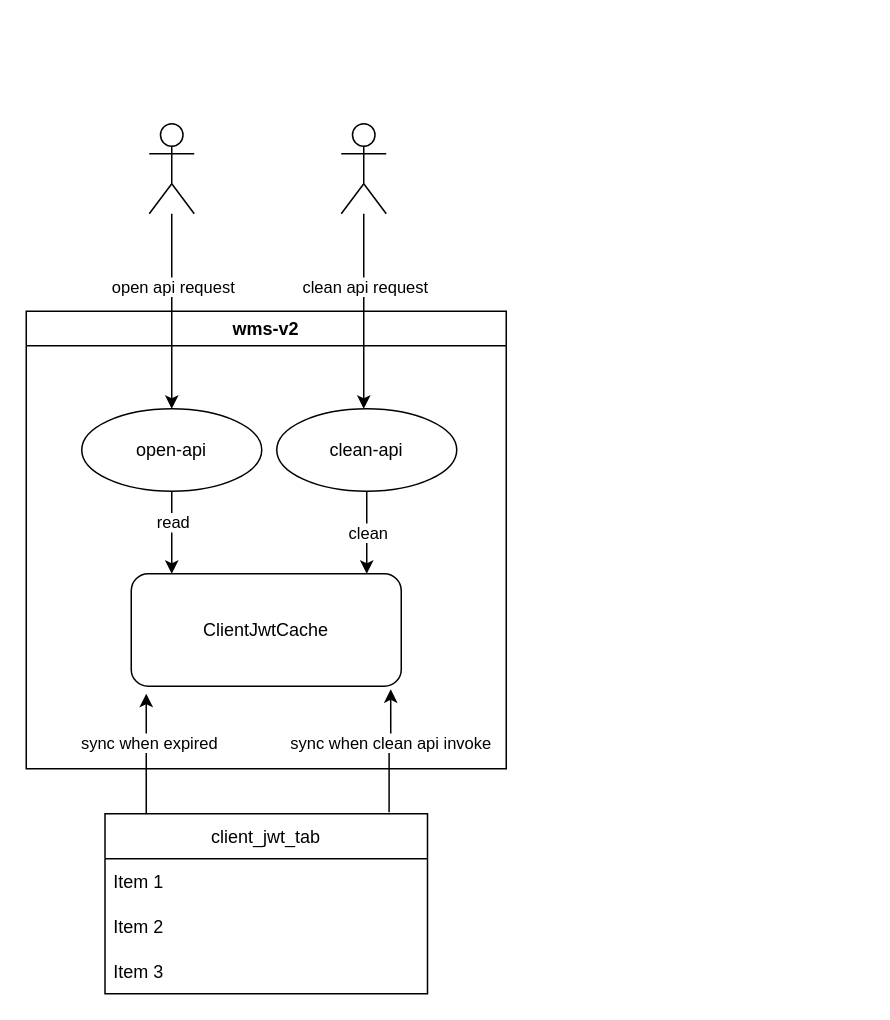
Above: jwt-old-desc.drawio in yindongjun/drawio-2 (draw.io), before the change. Source tidied: cells renumbered, new cells numbered last; positions are measured from the earlier drawing's top-left corner, leaving out a move shared by most shapes. Both pictures are drawn from the tidied source at 150%, with x=0, y=0 at pixel (26, 123).
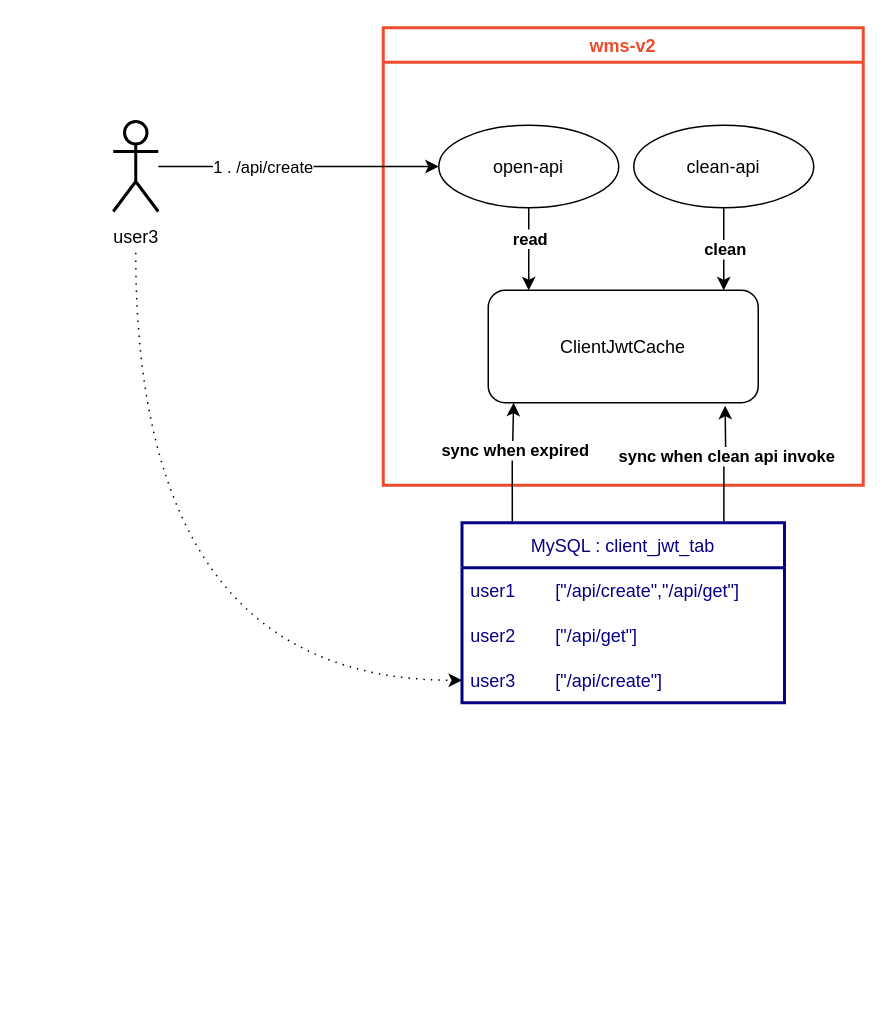
Above is the later version.

The change refers to these unchanged cells:
```xml
<mxCell id="3" value="ClientJwtCache" style="rounded=1;whiteSpace=wrap;html=1;" parent="2" vertex="1">
  <mxGeometry x="70" y="175" width="180" height="75" as="geometry" />
</mxCell>
<mxCell id="4" style="edgeStyle=orthogonalEdgeStyle;rounded=0;jettySize=auto;html=1;entryX=0.25;entryY=0;entryDx=0;entryDy=0;" parent="2" edge="1" source="6">
  <mxGeometry relative="1" as="geometry">
    <mxPoint x="97" y="175" as="targetPoint" />
  </mxGeometry>
</mxCell>
<mxCell id="8" value="clean-api" style="ellipse;whiteSpace=wrap;html=1;" parent="2" vertex="1">
  <mxGeometry x="167" y="65" width="120" height="55" as="geometry" />
</mxCell>
<mxCell id="17" style="edgeStyle=orthogonalEdgeStyle;rounded=0;jettySize=auto;html=1;" parent="1" edge="1" source="19" target="6">
  <mxGeometry relative="1" as="geometry" />
</mxCell>
```

The edit, as a diff of the source:
```diff
@@
-    <mxCell id="2" value="wms-v2" style="swimlane;startSize=23;" parent="1" vertex="1">
-      <mxGeometry y="125" width="320" height="305" as="geometry" />
+    <mxCell id="2" value="wms-v2" style="swimlane;startSize=23;strokeColor=#EC4C2C;fontColor=#EC4C2C;strokeWidth=2;" parent="1" vertex="1">
+      <mxGeometry x="238" y="-64" width="320" height="305" as="geometry" />
     </mxCell>
@@
-    <mxCell id="5" value="read" style="edgeLabel;html=1;align=center;verticalAlign=middle;" parent="4" vertex="1">
+    <mxCell id="5" value="read" style="edgeLabel;html=1;align=center;verticalAlign=middle;fontStyle=1;" parent="4" vertex="1">
       <mxGeometry x="-0.28" relative="1" as="geometry" />
     </mxCell>
@@
-    <mxCell id="7" value="clean" style="edgeStyle=orthogonalEdgeStyle;rounded=0;jettySize=auto;html=1;" parent="2" edge="1" source="8">
+    <mxCell id="7" value="clean" style="edgeStyle=orthogonalEdgeStyle;rounded=0;jettySize=auto;html=1;fontStyle=1;" parent="2" edge="1" source="8">
       <mxGeometry relative="1" as="geometry">
         <mxPoint x="227" y="175" as="targetPoint" />
       </mxGeometry>
     </mxCell>
@@
-    <mxCell id="9" style="edgeStyle=orthogonalEdgeStyle;rounded=0;jettySize=auto;html=1;exitX=0.128;exitY=0.008;exitDx=0;exitDy=0;exitPerimeter=0;" parent="1" edge="1" source="13">
-      <mxGeometry relative="1" as="geometry">
-        <mxPoint x="80" y="380" as="targetPoint" />
-      </mxGeometry>
+    <mxCell id="9" style="edgeStyle=orthogonalEdgeStyle;rounded=0;jettySize=auto;html=1;exitX=0.156;exitY=-0.008;exitDx=0;exitDy=0;exitPerimeter=0;entryX=0.094;entryY=1;entryDx=0;entryDy=0;entryPerimeter=0;" parent="1" edge="1" source="13" target="3">
+      <mxGeometry relative="1" as="geometry" />
     </mxCell>
-    <mxCell id="10" value="sync when expired" style="edgeLabel;html=1;align=center;verticalAlign=middle;" parent="9" vertex="1">
+    <mxCell id="10" value="sync when expired" style="edgeLabel;html=1;align=center;verticalAlign=middle;fontStyle=1;" parent="9" vertex="1">
       <mxGeometry x="0.2" y="-1" relative="1" as="geometry" />
     </mxCell>
-    <mxCell id="11" style="edgeStyle=orthogonalEdgeStyle;rounded=0;jettySize=auto;html=1;exitX=0.881;exitY=-0.008;exitDx=0;exitDy=0;entryX=0.961;entryY=1.027;entryDx=0;entryDy=0;entryPerimeter=0;exitPerimeter=0;" parent="1" edge="1" source="13" target="3">
-      <mxGeometry relative="1" as="geometry" />
+    <mxCell id="11" style="edgeStyle=orthogonalEdgeStyle;rounded=0;jettySize=auto;html=1;exitX=0.812;exitY=-0.008;exitDx=0;exitDy=0;entryX=0.844;entryY=1.027;entryDx=0;entryDy=0;entryPerimeter=0;exitPerimeter=0;" parent="1" edge="1" source="13">
+      <mxGeometry relative="1" as="geometry">
+        <mxPoint x="465.9" y="188" as="targetPoint" />
+      </mxGeometry>
     </mxCell>
-    <mxCell id="12" value="sync when clean api invoke" style="edgeLabel;html=1;align=center;verticalAlign=middle;" parent="11" vertex="1">
+    <mxCell id="12" value="sync when clean api invoke" style="edgeLabel;html=1;align=center;verticalAlign=middle;fontStyle=1;" parent="11" vertex="1">
       <mxGeometry x="0.15" relative="1" as="geometry" />
     </mxCell>
-    <mxCell id="13" value="client_jwt_tab" style="swimlane;fontStyle=0;horizontal=1;startSize=30;" parent="1" vertex="1">
-      <mxGeometry x="52.5" y="460" width="215" height="120" as="geometry" />
+    <mxCell id="13" value="MySQL : client_jwt_tab" style="swimlane;fontStyle=0;horizontal=1;startSize=30;strokeColor=#060083;strokeWidth=2;fontColor=#060083;" parent="1" vertex="1">
+      <mxGeometry x="290.5" y="266" width="215" height="120" as="geometry" />
     </mxCell>
-    <mxCell id="14" value="Item 1" style="text;strokeColor=none;fillColor=none;align=left;verticalAlign=middle;spacingLeft=4;spacingRight=4;overflow=hidden;" parent="13" vertex="1">
+    <mxCell id="14" value="user1        [&quot;/api/create&quot;,&quot;/api/get&quot;]" style="text;strokeColor=none;fillColor=none;align=left;verticalAlign=middle;spacingLeft=4;spacingRight=4;overflow=hidden;fontColor=#060083;" parent="13" vertex="1">
       <mxGeometry y="30" width="215" height="30" as="geometry" />
     </mxCell>
-    <mxCell id="15" value="Item 2" style="text;strokeColor=none;fillColor=none;align=left;verticalAlign=middle;spacingLeft=4;spacingRight=4;overflow=hidden;" parent="13" vertex="1">
+    <mxCell id="15" value="user2        [&quot;/api/get&quot;]" style="text;strokeColor=none;fillColor=none;align=left;verticalAlign=middle;spacingLeft=4;spacingRight=4;overflow=hidden;fontColor=#060083;" parent="13" vertex="1">
       <mxGeometry y="60" width="215" height="30" as="geometry" />
     </mxCell>
-    <mxCell id="16" value="Item 3" style="text;strokeColor=none;fillColor=none;align=left;verticalAlign=middle;spacingLeft=4;spacingRight=4;overflow=hidden;points=[[0,0.5],[1,0.5]];portConstraint=eastwest;" parent="13" vertex="1">
+    <mxCell id="16" value="user3        [&quot;/api/create&quot;]" style="text;strokeColor=none;fillColor=none;align=left;verticalAlign=middle;spacingLeft=4;spacingRight=4;overflow=hidden;points=[[0,0.5],[1,0.5]];portConstraint=eastwest;fontColor=#060083;" parent="13" vertex="1">
       <mxGeometry y="90" width="215" height="30" as="geometry" />
     </mxCell>
@@
-    <mxCell id="18" value="open api request" style="edgeLabel;html=1;align=center;verticalAlign=middle;" parent="17" vertex="1">
+    <mxCell id="18" value="1 . /api/create" style="edgeLabel;html=1;align=center;verticalAlign=middle;" parent="17" vertex="1">
       <mxGeometry x="-0.26" relative="1" as="geometry" />
     </mxCell>
-    <mxCell id="19" style="shape=umlActor;verticalLabelPosition=bottom;verticalAlign=top;html=1;outlineConnect=0;" parent="1" vertex="1">
-      <mxGeometry x="82" width="30" height="60" as="geometry" />
+    <mxCell id="19" style="shape=umlActor;verticalLabelPosition=bottom;verticalAlign=top;html=1;outlineConnect=0;labelBackgroundColor=none;fontColor=#060083;strokeColor=#000000;strokeWidth=2;" parent="1" vertex="1">
+      <mxGeometry x="58" y="-1.5" width="30" height="60" as="geometry" />
     </mxCell>
-    <mxCell id="20" style="edgeStyle=orthogonalEdgeStyle;rounded=0;jettySize=auto;html=1;" parent="1" edge="1" source="22">
-      <mxGeometry relative="1" as="geometry">
-        <mxPoint x="225" y="190" as="targetPoint" />
-      </mxGeometry>
-    </mxCell>
-    <mxCell id="21" value="clean api request" style="edgeLabel;html=1;align=center;verticalAlign=middle;" parent="20" vertex="1">
-      <mxGeometry x="-0.26" relative="1" as="geometry" />
-    </mxCell>
-    <mxCell id="22" style="shape=umlActor;verticalLabelPosition=bottom;verticalAlign=top;html=1;outlineConnect=0;" parent="1" vertex="1">
-      <mxGeometry x="210" width="30" height="60" as="geometry" />
-    </mxCell>
+    <mxCell id="23" style="edgeStyle=orthogonalEdgeStyle;jettySize=auto;html=1;entryX=0;entryY=0.5;entryDx=0;entryDy=0;fontColor=#060083;curved=1;dashed=1;dashPattern=1 4;" parent="1" edge="1" source="24" target="16">
+      <mxGeometry relative="1" as="geometry" />
+    </mxCell>
+    <mxCell id="24" value="user3" style="text;html=1;align=center;verticalAlign=middle;points=[];strokeColor=none;fillColor=none;fontColor=#000000;" parent="1" vertex="1">
+      <mxGeometry x="48" y="66" width="50" height="20" as="geometry" />
+    </mxCell>
```
